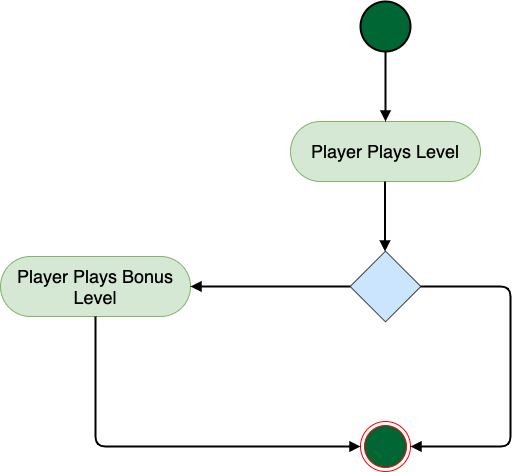
Earlier version of the draw.io export Communicating Architecture/UML Activity Diagram/Activity Diagram Example.png (smitbmx/Architecture-Diagrams). Source tidied: cells renumbered, new cells last; positions are measured from the earlier drawing's top-left corner, leaving out a move shared by most shapes.
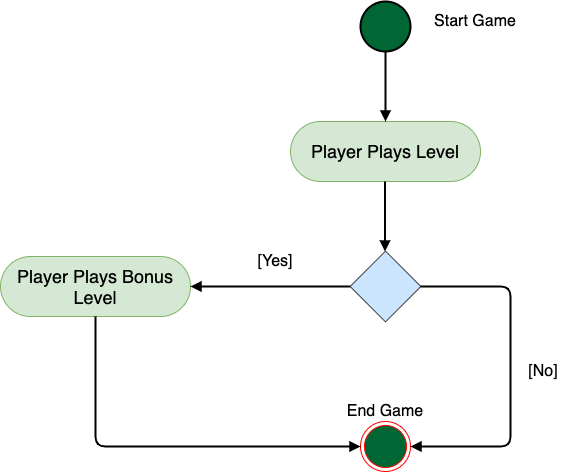
After the change.

Change to the diagram source:
```diff
@@ -44,5 +44,17 @@
         </Array>
       </mxGeometry>
     </mxCell>
+    <mxCell id="12" value="&lt;font style=&quot;font-size: 16px&quot;&gt;[Yes]&lt;/font&gt;" style="text;html=1;strokeColor=none;fillColor=none;align=center;verticalAlign=middle;whiteSpace=wrap;rounded=0;" parent="1" vertex="1">
+      <mxGeometry x="240" y="240" width="70" height="40" as="geometry" />
+    </mxCell>
+    <mxCell id="13" value="&lt;font style=&quot;font-size: 16px&quot;&gt;[No]&lt;/font&gt;" style="text;html=1;strokeColor=none;fillColor=none;align=center;verticalAlign=middle;whiteSpace=wrap;rounded=0;" parent="1" vertex="1">
+      <mxGeometry x="518" y="350" width="50" height="40" as="geometry" />
+    </mxCell>
+    <mxCell id="14" value="&lt;font style=&quot;font-size: 16px&quot;&gt;Start Game&lt;/font&gt;" style="text;html=1;strokeColor=none;fillColor=none;align=center;verticalAlign=middle;whiteSpace=wrap;rounded=0;" parent="1" vertex="1">
+      <mxGeometry x="430" width="90" height="40" as="geometry" />
+    </mxCell>
+    <mxCell id="15" value="&lt;font style=&quot;font-size: 16px&quot;&gt;End Game&lt;/font&gt;" style="text;html=1;strokeColor=none;fillColor=none;align=center;verticalAlign=middle;whiteSpace=wrap;rounded=0;" parent="1" vertex="1">
+      <mxGeometry x="340" y="390" width="90" height="40" as="geometry" />
+    </mxCell>
   </root>
 </mxGraphModel>
```
